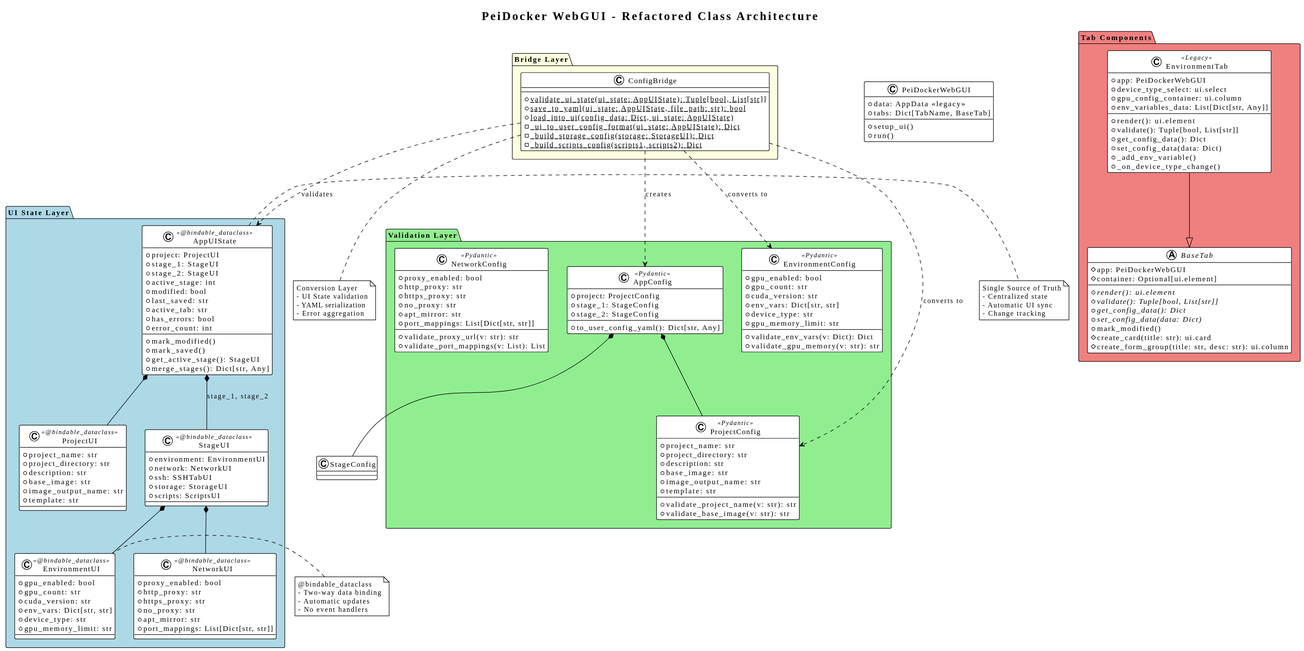
Before: context/design/arch-webgui/PeiDocker-WebGUI-Class-Diagram.svg, a diagram exported from PlantUML (igamenovoer/PeiDocker).
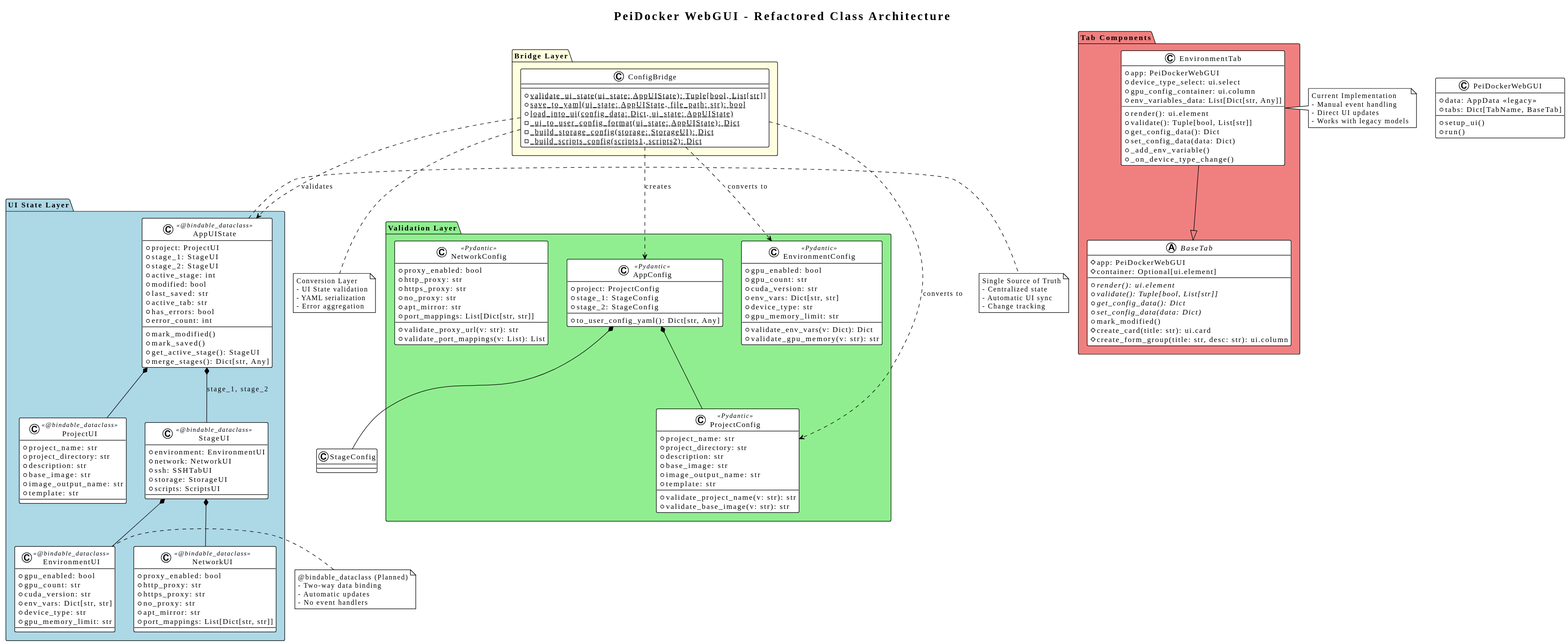
The same diagram one commit later.

Commit message:
fix(docs): remove incorrect "Legacy" label from EnvironmentTab in class diagram

What changed in the source:
```diff
@@ -128,7 +128,7 @@
         #create_form_group(title: str, desc: str): ui.column
     }
 
-    class EnvironmentTab <<Legacy>> {
+    class EnvironmentTab {
         +app: PeiDockerWebGUI
         +device_type_select: ui.select
         +gpu_config_container: ui.column
@@ -181,9 +181,16 @@
 end note
 
 note left of EnvironmentUI
-  @bindable_dataclass
+  @bindable_dataclass (Planned)
   - Two-way data binding
   - Automatic updates
   - No event handlers
 end note
+
+note right of EnvironmentTab
+  Current Implementation
+  - Manual event handling
+  - Direct UI updates
+  - Works with legacy models
+end note
 @enduml
```
